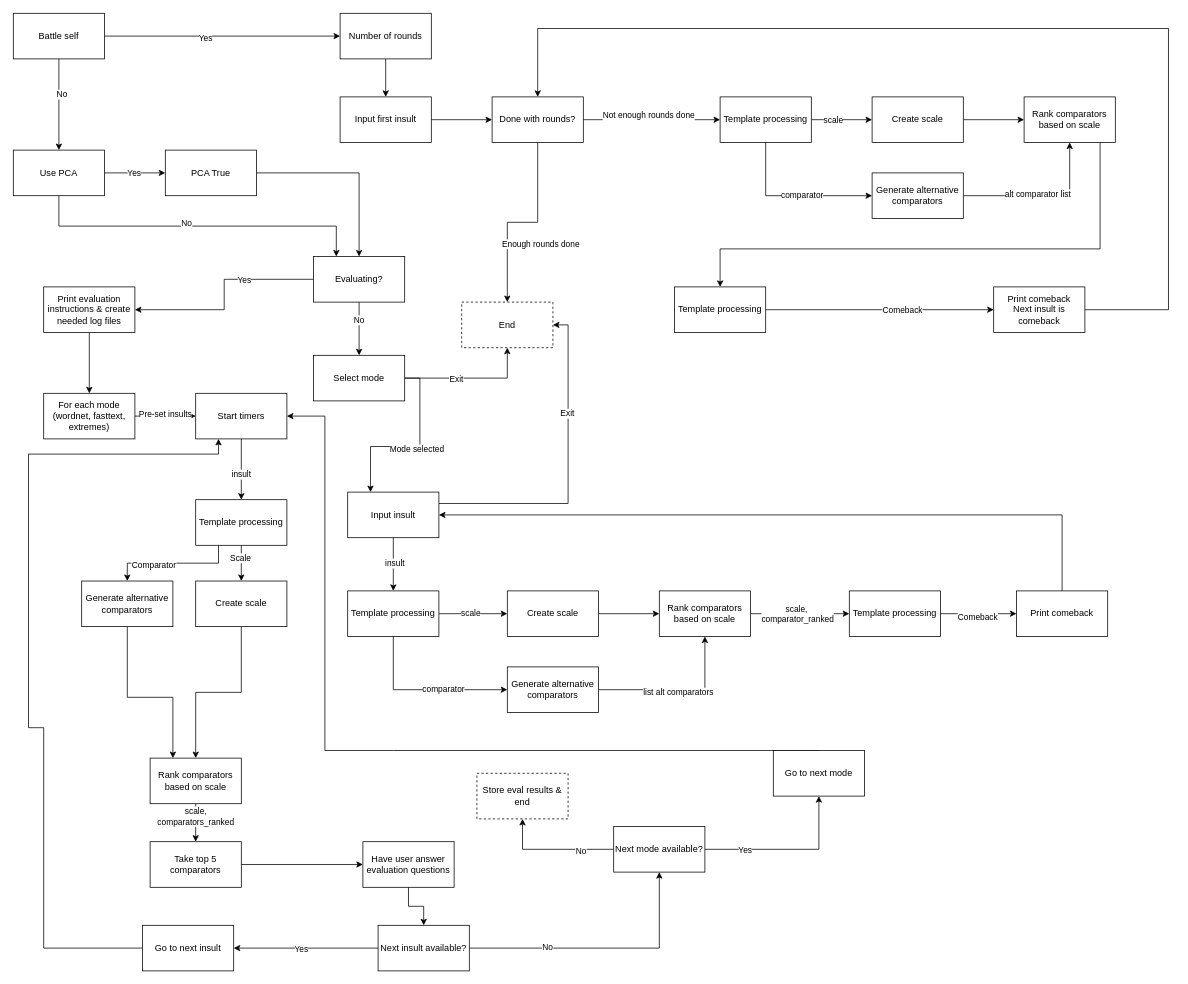
Before: Mid-levelDiagram.drawio in KionaB/insultingAPNLP, a draw.io diagram. Source tidied: cells renumbered, new cells numbered last; positions are measured from the earlier drawing's top-left corner, leaving out a move shared by most shapes. Both pictures are drawn from the tidied source at 76%, with x=0, y=0 at pixel (13, 13).
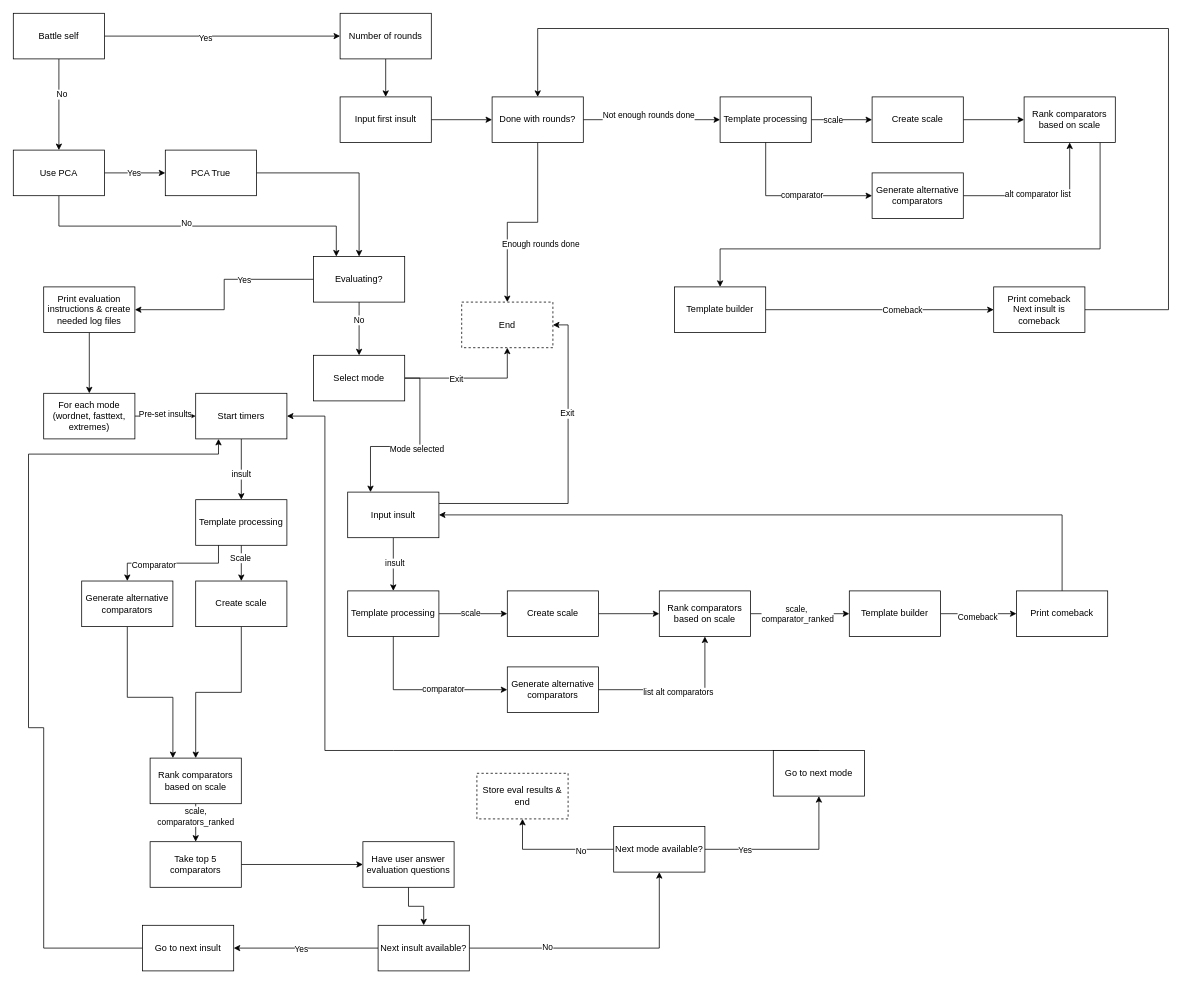
After the change.

Diff of the diagram source:
```diff
@@
-    <mxCell id="83" value="Template processing" style="rounded=0;whiteSpace=wrap;html=1;" parent="1" vertex="1">
+    <mxCell id="83" value="Template builder" style="rounded=0;whiteSpace=wrap;html=1;" parent="1" vertex="1">
       <mxGeometry x="870" y="360" width="120" height="60" as="geometry" />
     </mxCell>
@@
-    <mxCell id="111" value="Template processing" style="rounded=0;whiteSpace=wrap;html=1;" parent="1" vertex="1">
+    <mxCell id="111" value="Template builder" style="rounded=0;whiteSpace=wrap;html=1;" parent="1" vertex="1">
       <mxGeometry x="1100" y="760" width="120" height="60" as="geometry" />
     </mxCell>
```
